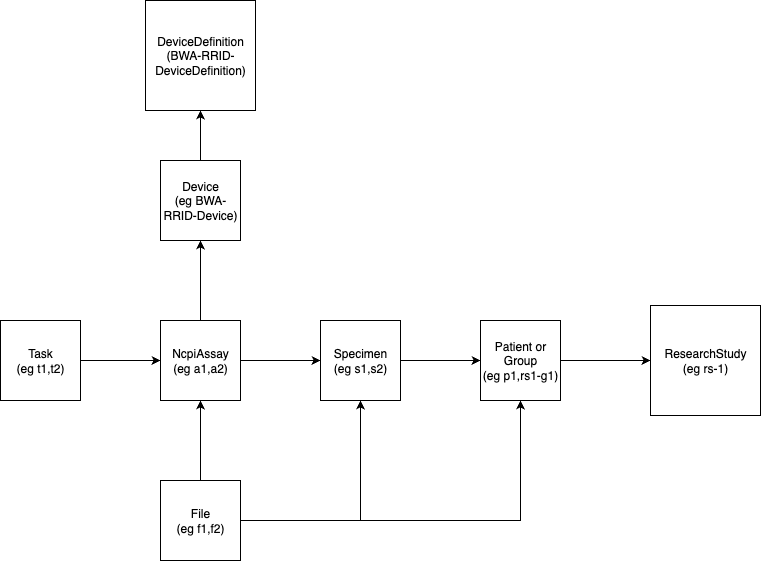
Earlier version of the draw.io export input/images/assay-usage.png (NIH-NCPI/ncpi-fhir-ig-2). Source tidied: cells renumbered, new cells last; positions are measured from the earlier drawing's top-left corner, leaving out a move shared by most shapes.
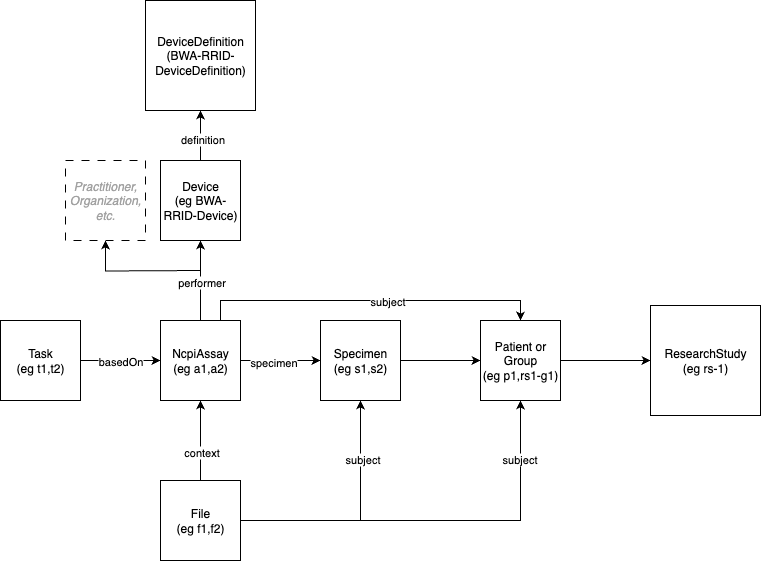
The same diagram one commit later.

The edit, as a diff of the source:
```diff
@@ -5,15 +5,43 @@
     <mxCell id="2" style="edgeStyle=orthogonalEdgeStyle;rounded=0;jettySize=auto;html=1;" parent="1" edge="1" source="3" target="6">
       <mxGeometry relative="1" as="geometry" />
     </mxCell>
+    <mxCell id="19" value="basedOn" style="edgeLabel;html=1;align=center;verticalAlign=middle;" parent="2" vertex="1">
+      <mxGeometry x="-0.03" y="1" relative="1" as="geometry">
+        <mxPoint y="1" as="offset" />
+      </mxGeometry>
+    </mxCell>
     <mxCell id="3" value="Task&lt;div&gt;(eg t1,t2)&lt;/div&gt;" style="whiteSpace=wrap;html=1;" parent="1" vertex="1">
       <mxGeometry y="320" width="80" height="80" as="geometry" />
     </mxCell>
     <mxCell id="4" style="edgeStyle=orthogonalEdgeStyle;rounded=0;jettySize=auto;html=1;" parent="1" edge="1" source="6" target="8">
       <mxGeometry relative="1" as="geometry" />
     </mxCell>
+    <mxCell id="20" value="specimen" style="edgeLabel;html=1;align=center;verticalAlign=middle;" parent="4" vertex="1">
+      <mxGeometry x="-0.2" relative="1" as="geometry">
+        <mxPoint y="1" as="offset" />
+      </mxGeometry>
+    </mxCell>
     <mxCell id="5" style="edgeStyle=orthogonalEdgeStyle;rounded=0;jettySize=auto;html=1;" parent="1" edge="1" source="6" target="17">
       <mxGeometry relative="1" as="geometry" />
     </mxCell>
+    <mxCell id="21" value="performer" style="edgeLabel;html=1;align=center;verticalAlign=middle;" parent="5" vertex="1">
+      <mxGeometry x="-0.01" relative="1" as="geometry">
+        <mxPoint y="1" as="offset" />
+      </mxGeometry>
+    </mxCell>
+    <mxCell id="22" style="edgeStyle=orthogonalEdgeStyle;rounded=0;jettySize=auto;html=1;entryX=0.5;entryY=0;entryDx=0;entryDy=0;exitX=0.75;exitY=0;exitDx=0;exitDy=0;" parent="1" edge="1" source="6" target="10">
+      <mxGeometry relative="1" as="geometry" />
+    </mxCell>
+    <mxCell id="23" value="subject" style="edgeLabel;html=1;align=center;verticalAlign=middle;" parent="22" vertex="1">
+      <mxGeometry x="0.09" y="1" relative="1" as="geometry">
+        <mxPoint y="1" as="offset" />
+      </mxGeometry>
+    </mxCell>
+    <mxCell id="24" style="edgeStyle=orthogonalEdgeStyle;rounded=0;jettySize=auto;html=1;entryX=0.5;entryY=1;entryDx=0;entryDy=0;" parent="1" edge="1" target="29">
+      <mxGeometry relative="1" as="geometry">
+        <mxPoint x="200" y="270" as="sourcePoint" />
+      </mxGeometry>
+    </mxCell>
     <mxCell id="6" value="NcpiAssay&lt;div&gt;(eg a1,a2)&lt;/div&gt;" style="whiteSpace=wrap;html=1;" parent="1" vertex="1">
       <mxGeometry x="160" y="320" width="80" height="80" as="geometry" />
     </mxCell>
@@ -35,23 +63,44 @@
     <mxCell id="12" style="edgeStyle=orthogonalEdgeStyle;rounded=0;jettySize=auto;html=1;" parent="1" edge="1" source="15" target="6">
       <mxGeometry relative="1" as="geometry" />
     </mxCell>
+    <mxCell id="25" value="context" style="edgeLabel;html=1;align=center;verticalAlign=middle;" parent="12" vertex="1">
+      <mxGeometry x="-0.26" relative="1" as="geometry">
+        <mxPoint y="1" as="offset" />
+      </mxGeometry>
+    </mxCell>
     <mxCell id="13" style="edgeStyle=orthogonalEdgeStyle;rounded=0;jettySize=auto;html=1;exitX=1;exitY=0.5;exitDx=0;exitDy=0;entryX=0.5;entryY=1;entryDx=0;entryDy=0;" parent="1" edge="1" source="15" target="8">
       <mxGeometry relative="1" as="geometry" />
     </mxCell>
+    <mxCell id="26" value="subject" style="edgeLabel;html=1;align=center;verticalAlign=middle;" parent="13" vertex="1">
+      <mxGeometry x="0.52" y="-1" relative="1" as="geometry" />
+    </mxCell>
     <mxCell id="14" style="edgeStyle=orthogonalEdgeStyle;rounded=0;jettySize=auto;html=1;entryX=0.5;entryY=1;entryDx=0;entryDy=0;" parent="1" edge="1" source="15" target="10">
       <mxGeometry relative="1" as="geometry" />
     </mxCell>
+    <mxCell id="27" value="subject" style="edgeLabel;html=1;align=center;verticalAlign=middle;" parent="14" vertex="1">
+      <mxGeometry x="0.71" y="2" relative="1" as="geometry">
+        <mxPoint y="1" as="offset" />
+      </mxGeometry>
+    </mxCell>
     <mxCell id="15" value="File&lt;div&gt;(eg f1,f2)&lt;/div&gt;" style="whiteSpace=wrap;html=1;" parent="1" vertex="1">
       <mxGeometry x="160" y="480" width="80" height="80" as="geometry" />
     </mxCell>
     <mxCell id="16" style="edgeStyle=orthogonalEdgeStyle;rounded=0;jettySize=auto;html=1;" parent="1" edge="1" source="17" target="18">
       <mxGeometry relative="1" as="geometry" />
     </mxCell>
+    <mxCell id="28" value="definition" style="edgeLabel;html=1;align=center;verticalAlign=middle;" parent="16" vertex="1">
+      <mxGeometry x="-0.1" y="-1" relative="1" as="geometry">
+        <mxPoint y="1" as="offset" />
+      </mxGeometry>
+    </mxCell>
     <mxCell id="17" value="Device&lt;div&gt;(eg BWA-RRID-Device)&lt;/div&gt;" style="whiteSpace=wrap;html=1;" parent="1" vertex="1">
       <mxGeometry x="160" y="160" width="80" height="80" as="geometry" />
     </mxCell>
     <mxCell id="18" value="DeviceDefinition&lt;div&gt;(BWA-RRID-DeviceDefinition)&lt;/div&gt;" style="whiteSpace=wrap;html=1;" parent="1" vertex="1">
       <mxGeometry x="145" width="110" height="110" as="geometry" />
     </mxCell>
+    <mxCell id="29" value="&lt;span style=&quot;white-space: normal;&quot;&gt;&lt;i&gt;&lt;font style=&quot;color: rgb(161, 161, 161);&quot;&gt;Practitioner, Organization,&lt;/font&gt;&lt;/i&gt;&lt;/span&gt;&lt;div&gt;&lt;span style=&quot;white-space: normal;&quot;&gt;&lt;i&gt;&lt;font style=&quot;color: rgb(161, 161, 161);&quot;&gt;etc.&lt;/font&gt;&lt;/i&gt;&lt;/span&gt;&lt;/div&gt;" style="whiteSpace=wrap;html=1;dashed=1;dashPattern=8 8;" parent="1" vertex="1">
+      <mxGeometry x="65" y="160" width="80" height="80" as="geometry" />
+    </mxCell>
   </root>
 </mxGraphModel>
```
